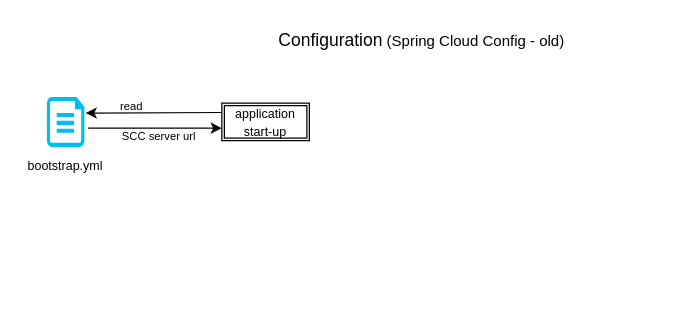
The draw.io diagram Configuration.drawio in rod-ag/Technical-Documentation, before the edit. Source tidied: cells renumbered, new cells numbered last; positions are measured from the earlier drawing's top-left corner, leaving out a move shared by most shapes. Both pictures are drawn from the tidied source at 125%, with x=0, y=0 at pixel (21, 21).
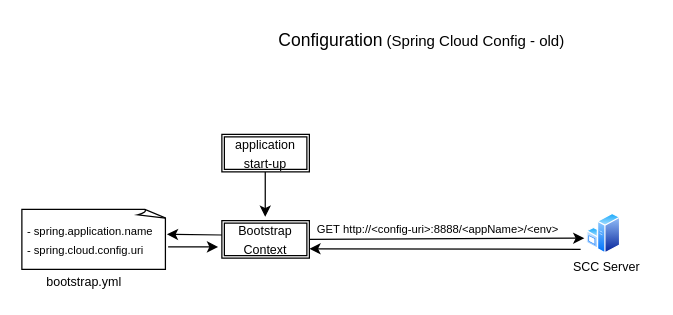
The same diagram, later.

The edit, as a diff of the source:
```diff
@@
 <mxGraphModel>
   <root>
     <mxCell id="0" />
     <mxCell id="1" parent="0" />
     <mxCell id="2" value="&lt;font style=&quot;font-size: 14px;&quot;&gt;Configuration&lt;/font&gt;&amp;nbsp;(Spring Cloud Config - old)" style="text;html=1;whiteSpace=wrap;strokeColor=none;fillColor=none;align=center;verticalAlign=middle;rounded=0;" parent="1" vertex="1">
       <mxGeometry x="190" width="260" height="30" as="geometry" />
     </mxCell>
-    <mxCell id="3" value="&lt;font style=&quot;font-size: 10px;&quot;&gt;application start-up&lt;/font&gt;" style="shape=ext;double=1;rounded=0;whiteSpace=wrap;html=1;" parent="1" vertex="1">
-      <mxGeometry x="160" y="65" width="70" height="30" as="geometry" />
+    <mxCell id="3" value="&lt;font style=&quot;font-size: 10px;&quot;&gt;Bootstrap Context&lt;/font&gt;" style="shape=ext;double=1;rounded=0;whiteSpace=wrap;html=1;" parent="1" vertex="1">
+      <mxGeometry x="160" y="159" width="70" height="30" as="geometry" />
     </mxCell>
-    <mxCell id="4" style="endArrow=classic;html=1;rounded=0;" parent="1" edge="1">
-      <mxGeometry relative="1" as="geometry">
-        <mxPoint x="53" y="85" as="sourcePoint" />
-        <mxPoint x="160" y="85" as="targetPoint" />
-      </mxGeometry>
-    </mxCell>
-    <mxCell id="5" style="verticalLabelPosition=bottom;html=1;verticalAlign=top;align=center;strokeColor=none;fillColor=#00BEF2;shape=mxgraph.azure.cloud_services_configuration_file;" parent="1" vertex="1">
-      <mxGeometry x="20" y="60" width="30" height="40" as="geometry" />
-    </mxCell>
     <mxCell id="6" value="&lt;font style=&quot;font-size: 10px;&quot;&gt;bootstrap.yml&lt;/font&gt;" style="text;html=1;whiteSpace=wrap;strokeColor=none;fillColor=none;align=center;verticalAlign=middle;rounded=0;" parent="1" vertex="1">
-      <mxGeometry y="105" width="70" height="20" as="geometry" />
+      <mxGeometry x="15" y="198" width="70" height="20" as="geometry" />
     </mxCell>
-    <mxCell id="7" style="endArrow=classic;html=1;rounded=0;entryX=1.033;entryY=0.325;entryDx=0;entryDy=0;entryPerimeter=0;exitX=0;exitY=0.25;exitDx=0;exitDy=0;" parent="1" edge="1" source="3" target="5">
-      <mxGeometry relative="1" as="geometry" />
+    <mxCell id="7" style="endArrow=classic;html=1;rounded=0;entryX=1.033;entryY=0.325;entryDx=0;entryDy=0;entryPerimeter=0;exitX=0;exitY=0.25;exitDx=0;exitDy=0;" parent="1" edge="1">
+      <mxGeometry relative="1" as="geometry">
+        <mxPoint x="160" y="170.5" as="sourcePoint" />
+        <mxPoint x="116" y="170" as="targetPoint" />
+      </mxGeometry>
     </mxCell>
-    <mxCell id="8" value="&lt;font style=&quot;font-size: 9px;&quot;&gt;read&lt;/font&gt;" style="text;html=1;whiteSpace=wrap;strokeColor=none;fillColor=none;align=center;verticalAlign=middle;rounded=0;" parent="1" vertex="1">
-      <mxGeometry x="70" y="57" width="36" height="20" as="geometry" />
-    </mxCell>
-    <mxCell id="9" value="&lt;font style=&quot;font-size: 9px;&quot;&gt;SCC server url&lt;/font&gt;" style="text;html=1;whiteSpace=wrap;strokeColor=none;fillColor=none;align=center;verticalAlign=middle;rounded=0;" parent="1" vertex="1">
-      <mxGeometry x="75" y="81" width="70" height="20" as="geometry" />
-    </mxCell>
+    <mxCell id="10" value="&lt;div align=&quot;left&quot;&gt;&lt;font style=&quot;font-size: 9px;&quot;&gt;&amp;nbsp;- spring.application.name&lt;/font&gt;&lt;br&gt;&lt;font style=&quot;font-size: 9px;&quot;&gt;&amp;nbsp;- spring.cloud.config.uri&lt;/font&gt;&lt;/div&gt;" style="whiteSpace=wrap;html=1;shape=mxgraph.basic.document;align=left;" parent="1" vertex="1">
+      <mxGeometry y="150" width="116" height="48" as="geometry" />
+    </mxCell>
+    <mxCell id="11" style="endArrow=classic;html=1;rounded=0;" parent="1" edge="1">
+      <mxGeometry relative="1" as="geometry">
+        <mxPoint x="117" y="180" as="sourcePoint" />
+        <mxPoint x="157" y="180" as="targetPoint" />
+      </mxGeometry>
+    </mxCell>
+    <mxCell id="12" style="endArrow=classic;html=1;rounded=0;exitX=1;exitY=0.5;exitDx=0;exitDy=0;" parent="1" edge="1" source="3">
+      <mxGeometry relative="1" as="geometry">
+        <mxPoint x="450" y="173" as="targetPoint" />
+      </mxGeometry>
+    </mxCell>
+    <mxCell id="13" value="&lt;font style=&quot;font-size: 9px;&quot;&gt;GET&amp;nbsp;http://&amp;lt;config-uri&amp;gt;:8888/&amp;lt;appName&amp;gt;/&amp;lt;env&amp;gt;&lt;/font&gt;" style="text;html=1;whiteSpace=wrap;strokeColor=none;fillColor=none;align=center;verticalAlign=middle;rounded=0;" parent="1" vertex="1">
+      <mxGeometry x="233" y="155" width="200" height="20" as="geometry" />
+    </mxCell>
+    <mxCell id="14" style="image;perimeter=ellipsePerimeter;html=1;align=center;shadow=0;dashed=0;spacingTop=3;image=img/lib/active_directory/windows_server.svg;" parent="1" vertex="1">
+      <mxGeometry x="452" y="153" width="27.1" height="33" as="geometry" />
+    </mxCell>
+    <mxCell id="15" value="&lt;font style=&quot;font-size: 10px;&quot;&gt;SCC Server&lt;/font&gt;" style="text;html=1;whiteSpace=wrap;strokeColor=none;fillColor=none;align=center;verticalAlign=middle;rounded=0;" parent="1" vertex="1">
+      <mxGeometry x="433" y="186" width="70" height="20" as="geometry" />
+    </mxCell>
+    <mxCell id="16" style="endArrow=classic;html=1;rounded=0;entryX=1;entryY=0.75;entryDx=0;entryDy=0;" parent="1" edge="1" target="3">
+      <mxGeometry relative="1" as="geometry">
+        <mxPoint x="447" y="182" as="sourcePoint" />
+      </mxGeometry>
+    </mxCell>
+    <mxCell id="17" value="&lt;font style=&quot;font-size: 10px;&quot;&gt;application start-up&lt;/font&gt;" style="shape=ext;double=1;rounded=0;whiteSpace=wrap;html=1;" parent="1" vertex="1">
+      <mxGeometry x="160" y="90" width="70" height="30" as="geometry" />
+    </mxCell>
+    <mxCell id="18" style="endArrow=classic;html=1;rounded=0;" parent="1" edge="1">
+      <mxGeometry relative="1" as="geometry">
+        <mxPoint x="194.7" y="120" as="sourcePoint" />
+        <mxPoint x="194.7" y="156" as="targetPoint" />
+      </mxGeometry>
+    </mxCell>
   </root>
 </mxGraphModel>
```
